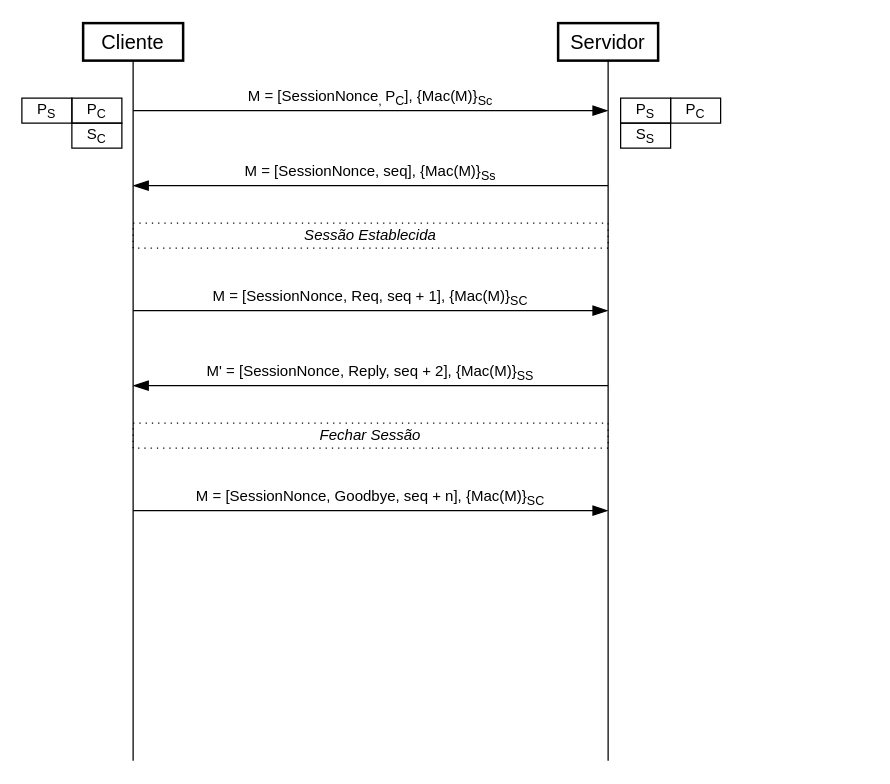
This is docs/Key-Exchange.drawio from CarolinaCC/Dependable-Public-Announcement-Server, a draw.io file, before an edit. Source tidied: cells renumbered, new cells numbered last; positions are measured from the earlier drawing's top-left corner, leaving out a move shared by most shapes. Both pictures are drawn from the tidied source at 125%, with x=0, y=0 at pixel (21, 22).
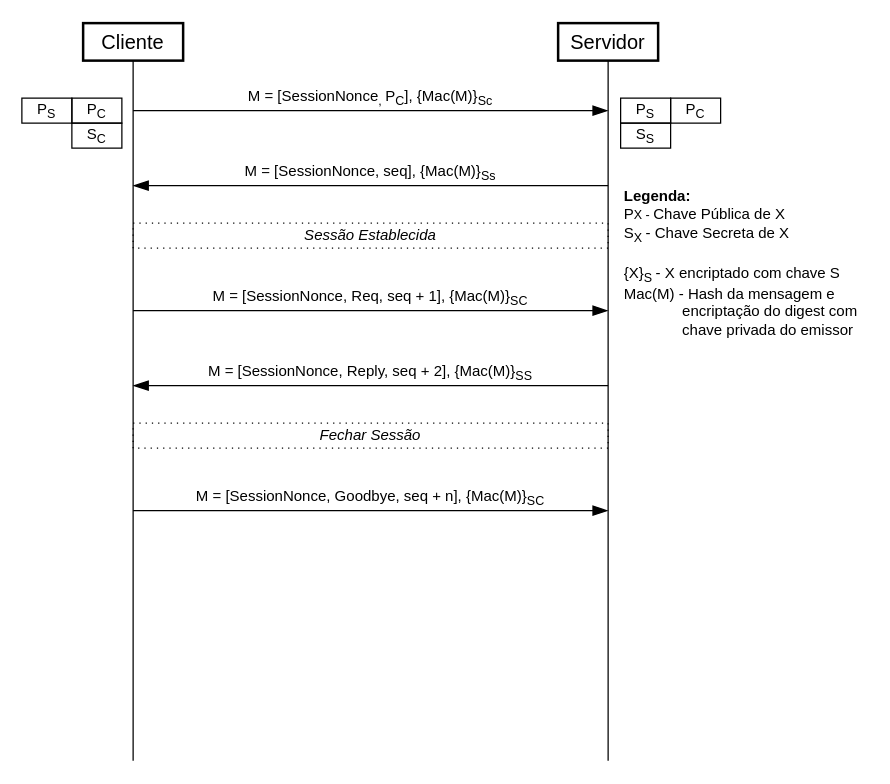
The same diagram, later.

Commit message (it also covers changes not shown here):
fixed key-exchange

Diff of the diagram source:
```diff
@@
-    <mxCell id="17" value="M' = [SessionNonce, Reply, seq + 2], {Mac(M)}&lt;sub&gt;SS&lt;/sub&gt;" style="text;html=1;strokeColor=none;fillColor=none;align=center;verticalAlign=middle;whiteSpace=wrap;rounded=0;rotation=0;" parent="1" vertex="1">
+    <mxCell id="17" value="M = [SessionNonce, Reply, seq + 2], {Mac(M)}&lt;sub&gt;SS&lt;/sub&gt;" style="text;html=1;strokeColor=none;fillColor=none;align=center;verticalAlign=middle;whiteSpace=wrap;rounded=0;rotation=0;" parent="1" vertex="1">
       <mxGeometry x="89" y="270" width="380" height="20" as="geometry" />
     </mxCell>
@@
+    <mxCell id="24" value="&lt;font style=&quot;font-size: 12px&quot;&gt;&lt;b&gt;Legenda:&lt;/b&gt;&lt;br&gt;P&lt;/font&gt;&lt;font style=&quot;font-size: 10px&quot;&gt;X -&amp;nbsp;&lt;/font&gt;&lt;font&gt;Chave Pública de X&lt;br&gt;S&lt;sub&gt;X &lt;/sub&gt;- Chave Secreta de X&lt;br&gt;&lt;br&gt;{X}&lt;sub&gt;S &lt;/sub&gt;-&amp;nbsp;X encriptado com chave S&lt;br&gt;Mac(M) - Hash da mensagem e&lt;br&gt;&amp;nbsp; &amp;nbsp; &amp;nbsp; &amp;nbsp; &amp;nbsp; &amp;nbsp; &amp;nbsp; encriptação do digest com&lt;br&gt;&amp;nbsp; &amp;nbsp; &amp;nbsp; &amp;nbsp; &amp;nbsp; &amp;nbsp; &amp;nbsp; chave privada do emissor&amp;nbsp;&lt;br&gt;&lt;/font&gt;" style="text;html=1;align=left;verticalAlign=middle;" parent="1" vertex="1">
+      <mxGeometry x="480" y="129" width="197" height="126" as="geometry" />
+    </mxCell>
```
